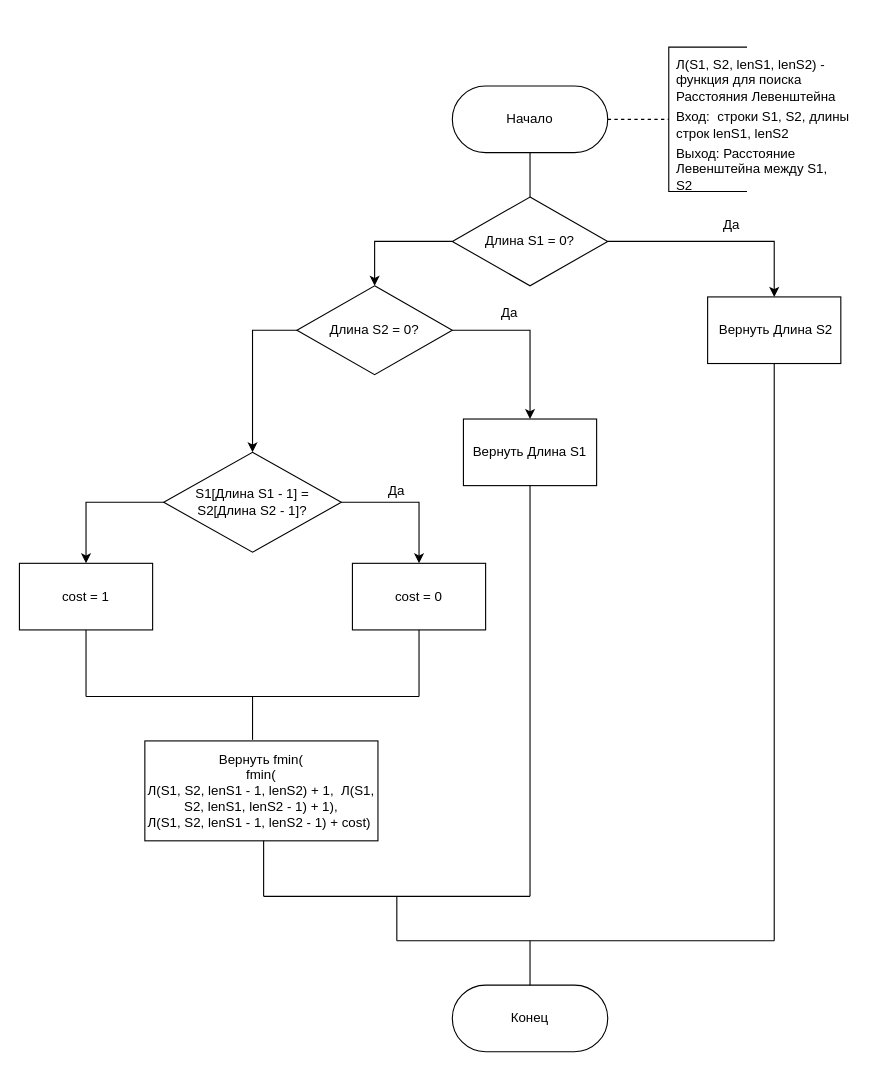
This is page "Страница — 1" (1 of 6) of docs/report/LR.drawio from Slindess/CG_COURSE, a draw.io file, before an edit. Source tidied: cells renumbered, new cells numbered last; positions are measured from the earlier drawing's top-left corner, leaving out a move shared by most shapes. Both pictures are drawn from the tidied source at 111%, with x=0, y=0 at pixel (19, 63).
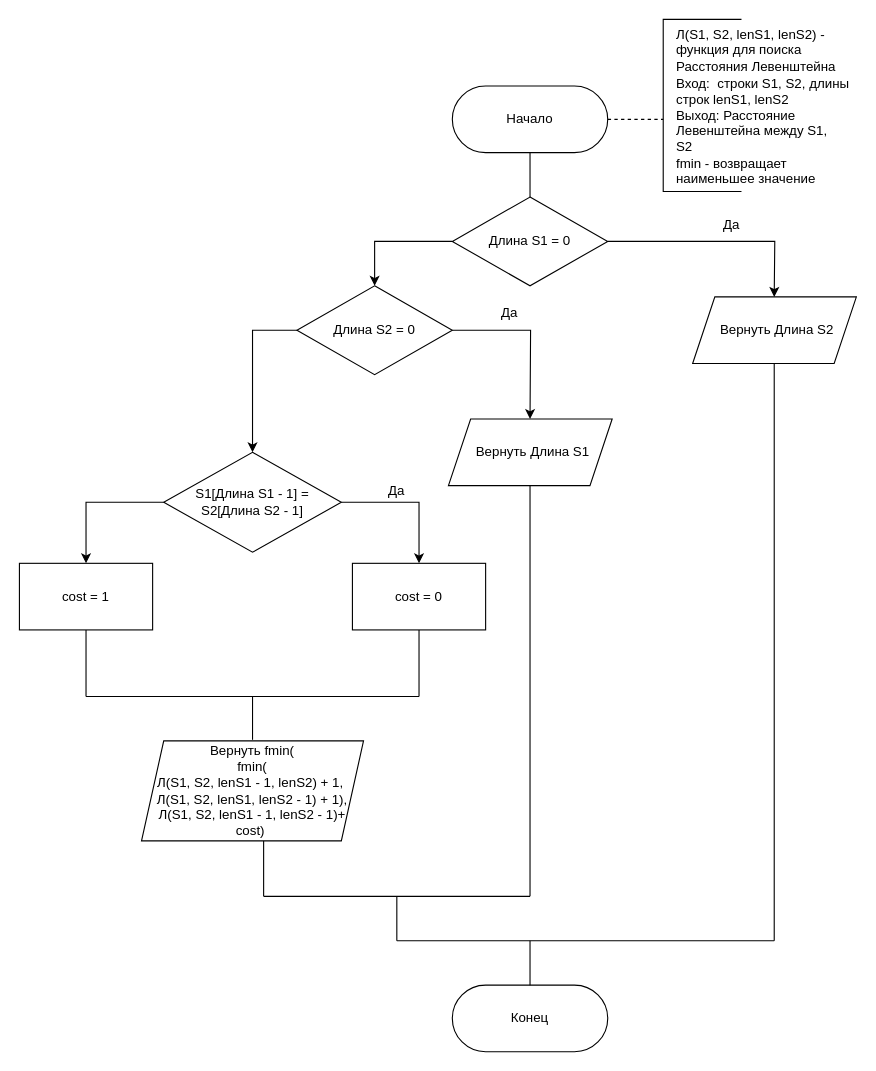
After the change.

Unchanged cells that the change refers to:
```xml
<mxCell id="3" value="Начало" style="rounded=1;whiteSpace=wrap;html=1;arcSize=50;" parent="1" vertex="1">
  <mxGeometry x="390" y="20" width="140" height="60" as="geometry" />
</mxCell>
```

Diff of the diagram source:
```diff
@@
-    <mxCell id="2" value="Вернуть Длина S1" style="rounded=0;whiteSpace=wrap;html=1;" parent="1" vertex="1">
-      <mxGeometry x="400" y="320" width="120" height="60" as="geometry" />
-    </mxCell>
@@
-    <mxCell id="4" style="edgeStyle=orthogonalEdgeStyle;rounded=0;jettySize=auto;html=1;exitX=1;exitY=0.5;exitDx=0;exitDy=0;entryX=0.5;entryY=0;entryDx=0;entryDy=0;" parent="1" edge="1" source="6" target="7">
-      <mxGeometry relative="1" as="geometry" />
+    <mxCell id="4" style="edgeStyle=orthogonalEdgeStyle;rounded=0;jettySize=auto;html=1;exitX=1;exitY=0.5;exitDx=0;exitDy=0;entryX=0.5;entryY=0;entryDx=0;entryDy=0;" parent="1" edge="1" source="6">
+      <mxGeometry relative="1" as="geometry">
+        <mxPoint x="680" y="210" as="targetPoint" />
+      </mxGeometry>
     </mxCell>
@@
-    <mxCell id="6" value="Длина S1 = 0?" style="rhombus;whiteSpace=wrap;html=1;" parent="1" vertex="1">
+    <mxCell id="6" value="Длина S1 = 0" style="rhombus;whiteSpace=wrap;html=1;" parent="1" vertex="1">
       <mxGeometry x="390" y="120" width="140" height="80" as="geometry" />
     </mxCell>
-    <mxCell id="7" value="&amp;nbsp;Вернуть Длина S2" style="rounded=0;whiteSpace=wrap;html=1;" parent="1" vertex="1">
-      <mxGeometry x="620" y="210" width="120" height="60" as="geometry" />
-    </mxCell>
@@
-    <mxCell id="9" style="edgeStyle=orthogonalEdgeStyle;rounded=0;jettySize=auto;html=1;exitX=1;exitY=0.5;exitDx=0;exitDy=0;entryX=0.5;entryY=0;entryDx=0;entryDy=0;" parent="1" edge="1" source="11" target="2">
-      <mxGeometry relative="1" as="geometry" />
+    <mxCell id="9" style="edgeStyle=orthogonalEdgeStyle;rounded=0;jettySize=auto;html=1;exitX=1;exitY=0.5;exitDx=0;exitDy=0;entryX=0.5;entryY=0;entryDx=0;entryDy=0;" parent="1" edge="1" source="11">
+      <mxGeometry relative="1" as="geometry">
+        <mxPoint x="460" y="320" as="targetPoint" />
+      </mxGeometry>
     </mxCell>
@@
-    <mxCell id="11" value="Длина S2 = 0?" style="rhombus;whiteSpace=wrap;html=1;" parent="1" vertex="1">
+    <mxCell id="11" value="Длина S2 = 0" style="rhombus;whiteSpace=wrap;html=1;" parent="1" vertex="1">
       <mxGeometry x="250" y="200" width="140" height="80" as="geometry" />
     </mxCell>
@@
-    <mxCell id="15" value="S1[Длина S1 - 1] = S2[Длина S2 - 1]?" style="rhombus;whiteSpace=wrap;html=1;" parent="1" vertex="1">
+    <mxCell id="15" value="S1[Длина S1 - 1] = S2[Длина S2 - 1]" style="rhombus;whiteSpace=wrap;html=1;" parent="1" vertex="1">
       <mxGeometry x="130" y="350" width="160" height="90" as="geometry" />
     </mxCell>
@@
-    <mxCell id="19" value="Вернуть fmin(&lt;div&gt;fmin(&lt;/div&gt;&lt;div&gt;Л(S1, S2, lenS1 - 1, lenS2) + 1,&amp;nbsp; Л(S1, S2, lenS1, lenS2 - 1) + 1&lt;span style=&quot;background-color: initial;&quot;&gt;),&lt;/span&gt;&lt;/div&gt;&lt;div&gt;Л(S1, S2, lenS1 - 1, lenS2 - 1) + cost)&amp;nbsp;&lt;/div&gt;" style="rounded=0;whiteSpace=wrap;html=1;" parent="1" vertex="1">
-      <mxGeometry x="113" y="610" width="210" height="90" as="geometry" />
-    </mxCell>
@@
-    <mxCell id="23" style="endArrow=none;html=1;rounded=0;entryX=0.5;entryY=1;entryDx=0;entryDy=0;" parent="1" edge="1" target="2">
+    <mxCell id="23" style="endArrow=none;html=1;rounded=0;entryX=0.5;entryY=1;entryDx=0;entryDy=0;" parent="1" edge="1">
       <mxGeometry relative="1" as="geometry">
         <mxPoint x="460" y="750" as="sourcePoint" />
+        <mxPoint x="460" y="380" as="targetPoint" />
       </mxGeometry>
     </mxCell>
@@
-    <mxCell id="29" style="endArrow=none;html=1;rounded=0;entryX=0.5;entryY=1;entryDx=0;entryDy=0;" parent="1" edge="1" target="7">
+    <mxCell id="29" style="endArrow=none;html=1;rounded=0;entryX=0.5;entryY=1;entryDx=0;entryDy=0;" parent="1" edge="1">
       <mxGeometry relative="1" as="geometry">
         <mxPoint x="680" y="790" as="sourcePoint" />
+        <mxPoint x="680" y="270" as="targetPoint" />
       </mxGeometry>
     </mxCell>
@@
     <mxCell id="33" style="shape=partialRectangle;whiteSpace=wrap;html=1;bottom=1;right=1;left=1;top=0;fillColor=none;routingCenterX=-0.5;rotation=90;" parent="1" vertex="1">
-      <mxGeometry x="555" y="15" width="130" height="70" as="geometry" />
+      <mxGeometry x="537.5" y="2.5" width="155" height="70" as="geometry" />
     </mxCell>
     <mxCell id="34" value="Л(S1, S2, lenS1, lenS2) - функция для поиска Расстояния Левенштейна&amp;nbsp;" style="text;html=1;align=left;verticalAlign=middle;whiteSpace=wrap;rounded=0;" parent="1" vertex="1">
-      <mxGeometry x="590" width="160" height="30" as="geometry" />
+      <mxGeometry x="590" y="-27.5" width="160" height="30" as="geometry" />
     </mxCell>
     <mxCell id="35" value="Вход:&amp;nbsp; строки S1, S2, длины строк lenS1, lenS2" style="text;html=1;align=left;verticalAlign=middle;whiteSpace=wrap;rounded=0;" parent="1" vertex="1">
-      <mxGeometry x="590" y="40" width="160" height="30" as="geometry" />
+      <mxGeometry x="590" y="10" width="160" height="30" as="geometry" />
     </mxCell>
-    <mxCell id="36" value="Выход: Расстояние Левенштейна между S1, S2" style="text;html=1;align=left;verticalAlign=middle;whiteSpace=wrap;rounded=0;" parent="1" vertex="1">
-      <mxGeometry x="590" y="80" width="150" height="30" as="geometry" />
+    <mxCell id="36" value="Выход: Расстояние Левенштейна между S1, S2&lt;div&gt;fmin - возвращает наименьшее значение&lt;br&gt;&lt;/div&gt;" style="text;html=1;align=left;verticalAlign=middle;whiteSpace=wrap;rounded=0;" parent="1" vertex="1">
+      <mxGeometry x="590" y="60" width="150" height="30" as="geometry" />
     </mxCell>
-    <mxCell id="37" style="endArrow=none;dashed=1;html=1;rounded=0;exitX=1;exitY=0.5;exitDx=0;exitDy=0;entryX=0.5;entryY=1;entryDx=0;entryDy=0;" parent="1" edge="1" source="3" target="33">
-      <mxGeometry relative="1" as="geometry" />
+    <mxCell id="37" style="endArrow=none;dashed=1;html=1;rounded=0;exitX=1;exitY=0.5;exitDx=0;exitDy=0;" parent="1" edge="1" source="3">
+      <mxGeometry relative="1" as="geometry">
+        <mxPoint x="580" y="50" as="targetPoint" />
+      </mxGeometry>
     </mxCell>
+    <mxCell id="7" value="&amp;nbsp;Вернуть Длина S2" style="shape=parallelogram;perimeter=parallelogramPerimeter;whiteSpace=wrap;html=1;fixedSize=1;" parent="1" vertex="1">
+      <mxGeometry x="606.5" y="210" width="147.5" height="60" as="geometry" />
+    </mxCell>
+    <mxCell id="2" value="&amp;nbsp;Вернуть Длина S1" style="shape=parallelogram;perimeter=parallelogramPerimeter;whiteSpace=wrap;html=1;fixedSize=1;" parent="1" vertex="1">
+      <mxGeometry x="386.5" y="320" width="147.5" height="60" as="geometry" />
+    </mxCell>
+    <mxCell id="38" value="Вернуть fmin(&lt;div&gt;fmin(&lt;/div&gt;&lt;div&gt;Л(S1, S2, lenS1 - 1, lenS2) + 1,&amp;nbsp; Л(S1, S2, lenS1, lenS2 - 1) + 1&lt;span style=&quot;background-color: initial;&quot;&gt;),&lt;/span&gt;&lt;/div&gt;&lt;div&gt;Л(S1, S2, lenS1 - 1, lenS2 - 1)+ cost)&amp;nbsp;&lt;/div&gt;" style="shape=parallelogram;perimeter=parallelogramPerimeter;whiteSpace=wrap;html=1;fixedSize=1;" parent="1" vertex="1">
+      <mxGeometry x="110" y="610" width="200" height="90" as="geometry" />
+    </mxCell>
```
